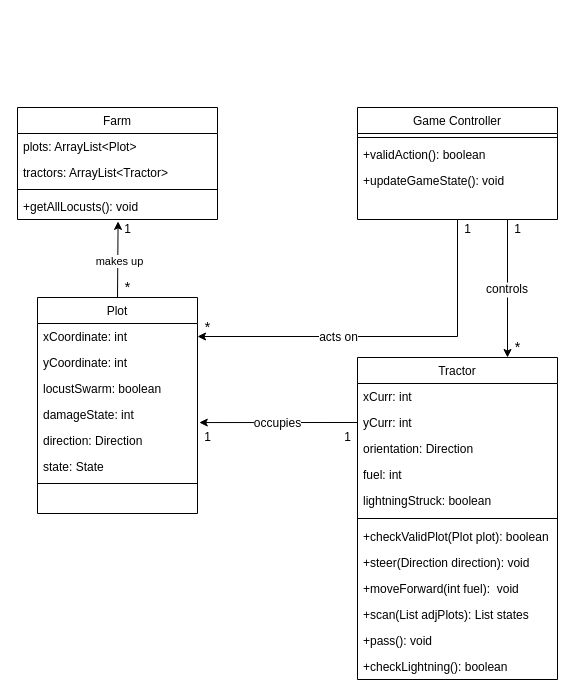
Above: class_diagram_final.drawio in kirtanamogili/2340diagrams (draw.io), before the change. Source tidied: cells renumbered, new cells numbered last; positions are measured from the earlier drawing's top-left corner, leaving out a move shared by most shapes. Both pictures are drawn from the tidied source at 100%, with x=0, y=0 at pixel (17, 107).
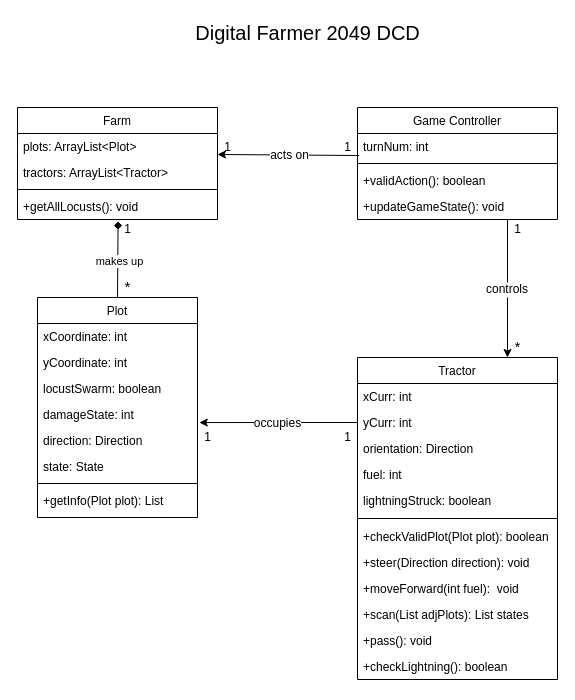
The same diagram, later.

The change refers to these unchanged cells:
```xml
<mxCell id="5" value="Game Controller" style="swimlane;fontStyle=0;align=center;verticalAlign=top;horizontal=1;startSize=26;rounded=0;shadow=0;strokeWidth=1;" parent="1" vertex="1">
  <mxGeometry x="340" width="200" height="112" as="geometry" />
</mxCell>
<mxCell id="25" value="xCoordinate: int" style="text;align=left;verticalAlign=top;spacingLeft=4;spacingRight=4;overflow=hidden;points=[[0,0.5],[1,0.5]];portConstraint=eastwest;" parent="24" vertex="1">
  <mxGeometry y="26" width="160" height="26" as="geometry" />
</mxCell>
<mxCell id="36" value="+getAllLocusts(): void" style="text;align=left;verticalAlign=top;spacingLeft=4;spacingRight=4;overflow=hidden;points=[[0,0.5],[1,0.5]];portConstraint=eastwest;" parent="32" vertex="1">
  <mxGeometry y="86" width="200" height="26" as="geometry" />
</mxCell>
```

The edit, as a diff of the source:
```diff
@@
-    <mxCell id="2" style="edgeStyle=orthogonalEdgeStyle;rounded=0;jettySize=auto;html=0;exitX=0.5;exitY=1;exitDx=0;exitDy=0;entryX=1;entryY=0.5;entryDx=0;entryDy=0;" parent="1" edge="1" source="5" target="25">
-      <mxGeometry relative="1" as="geometry" />
-    </mxCell>
-    <mxCell id="3" value="acts on" style="edgeLabel;html=1;align=center;verticalAlign=middle;fontSize=12;" parent="2" vertex="1">
-      <mxGeometry x="0.14" y="-1" relative="1" as="geometry">
-        <mxPoint x="-21.8" y="1" as="offset" />
-      </mxGeometry>
-    </mxCell>
@@
+    <mxCell id="47" value="turnNum: int" style="text;align=left;verticalAlign=top;spacingLeft=4;spacingRight=4;overflow=hidden;" parent="5" vertex="1">
+      <mxGeometry y="26" width="200" height="26" as="geometry" />
+    </mxCell>
     <mxCell id="6" style="line;html=1;strokeWidth=1;align=left;verticalAlign=middle;spacingTop=-1;spacingLeft=3;spacingRight=3;labelPosition=right;" parent="5" vertex="1">
-      <mxGeometry y="26" width="200" height="8" as="geometry" />
+      <mxGeometry y="52" width="200" height="8" as="geometry" />
     </mxCell>
     <mxCell id="7" value="+validAction(): boolean" style="text;align=left;verticalAlign=top;spacingLeft=4;spacingRight=4;overflow=hidden;" parent="5" vertex="1">
-      <mxGeometry y="34" width="200" height="26" as="geometry" />
+      <mxGeometry y="60" width="200" height="26" as="geometry" />
     </mxCell>
     <mxCell id="8" value="+updateGameState(): void" style="text;align=left;verticalAlign=top;spacingLeft=4;spacingRight=4;overflow=hidden;" parent="5" vertex="1">
-      <mxGeometry y="60" width="200" height="26" as="geometry" />
+      <mxGeometry y="86" width="200" height="26" as="geometry" />
     </mxCell>
@@
-    <mxCell id="22" style="edgeStyle=none;rounded=0;jettySize=auto;html=0;exitX=0.5;exitY=0;exitDx=0;exitDy=0;entryX=0.503;entryY=1.072;entryDx=0;entryDy=0;entryPerimeter=0;" parent="1" edge="1" source="24" target="36">
+    <mxCell id="22" style="edgeStyle=none;rounded=0;jettySize=auto;html=0;exitX=0.5;exitY=0;exitDx=0;exitDy=0;entryX=0.503;entryY=1.072;entryDx=0;entryDy=0;entryPerimeter=0;endArrow=diamond;endFill=1;" parent="1" edge="1" source="24" target="36">
       <mxGeometry relative="1" as="geometry" />
     </mxCell>
@@
     <mxCell id="24" value="Plot" style="swimlane;fontStyle=0;align=center;verticalAlign=top;horizontal=1;startSize=26;rounded=0;shadow=0;strokeWidth=1;" parent="1" vertex="1">
-      <mxGeometry x="20" y="190" width="160" height="216" as="geometry" />
+      <mxGeometry x="20" y="190" width="160" height="220" as="geometry" />
     </mxCell>
@@
+    <mxCell id="48" value="+getInfo(Plot plot): List" style="text;align=left;verticalAlign=top;spacingLeft=4;spacingRight=4;overflow=hidden;" parent="24" vertex="1">
+      <mxGeometry y="190" width="160" height="26" as="geometry" />
+    </mxCell>
@@
-    <mxCell id="41" value="1" style="text;html=1;align=center;verticalAlign=middle;fontSize=12;" parent="1" vertex="1">
-      <mxGeometry x="440" y="112" width="20" height="20" as="geometry" />
-    </mxCell>
@@
-    <mxCell id="43" value="*" style="text;html=1;align=center;verticalAlign=middle;strokeWidth=1;fontSize=14;" parent="1" vertex="1">
-      <mxGeometry x="180" y="210" width="20" height="20" as="geometry" />
-    </mxCell>
@@
+    <mxCell id="49" style="edgeStyle=none;rounded=0;jettySize=auto;html=0;exitX=1.085;exitY=0.9;exitDx=0;exitDy=0;fontSize=12;exitPerimeter=0;" parent="1" edge="1" source="50">
+      <mxGeometry relative="1" as="geometry">
+        <mxPoint x="200" y="47" as="targetPoint" />
+      </mxGeometry>
+    </mxCell>
+    <mxCell id="3" value="acts on" style="edgeLabel;html=1;align=center;verticalAlign=middle;fontSize=12;" parent="49" vertex="1">
+      <mxGeometry x="0.17" y="-1" relative="1" as="geometry">
+        <mxPoint x="12.3" y="1" as="offset" />
+      </mxGeometry>
+    </mxCell>
+    <mxCell id="50" value="1" style="text;html=1;align=center;verticalAlign=middle;points=[];fontSize=12;" parent="1" vertex="1">
+      <mxGeometry x="320" y="30" width="20" height="20" as="geometry" />
+    </mxCell>
+    <mxCell id="51" value="1" style="text;html=1;align=center;verticalAlign=middle;fontSize=12;" parent="1" vertex="1">
+      <mxGeometry x="200" y="30" width="20" height="20" as="geometry" />
+    </mxCell>
+    <mxCell id="52" value="&lt;font style=&quot;font-size: 20px;&quot;&gt;Digital Farmer 2049 DCD&lt;/font&gt;" style="text;html=1;align=center;verticalAlign=middle;fontSize=20;" parent="1" vertex="1">
+      <mxGeometry x="170" y="-90" width="240" height="30" as="geometry" />
+    </mxCell>
```
